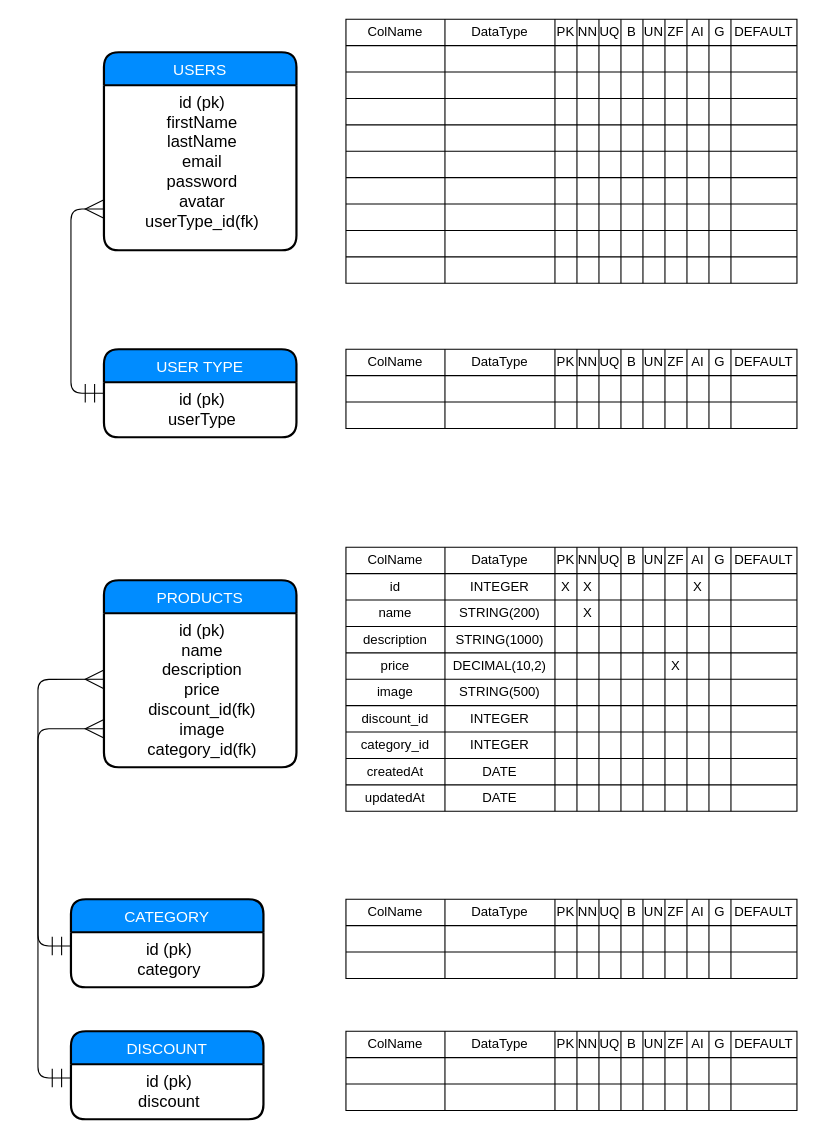
Earlier version of the draw.io diagram SQLDB/e-commerce-grupo4.drawio (EGPalacio/DH-ElMercado). Source tidied: cells renumbered, new cells numbered last; positions are measured from the earlier drawing's top-left corner, leaving out a move shared by most shapes. Both pictures are drawn from the tidied source at 110%, with x=0, y=0 at pixel (70, 19).
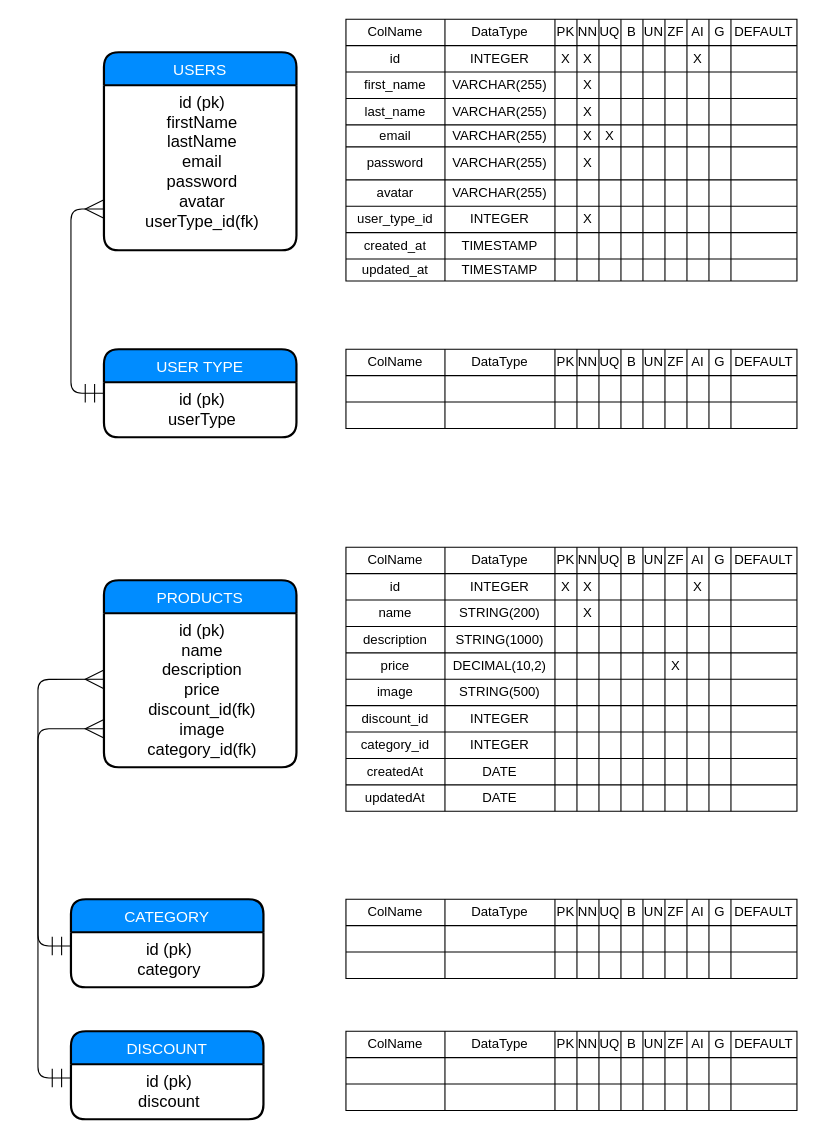
After the change.

The change refers to these unchanged cells:
```xml
<mxCell id="126" style="shape=partialRectangle;html=1;whiteSpace=wrap;fillColor=none;top=0;left=0;bottom=0;right=0;" parent="113" vertex="1">
  <mxGeometry y="24" width="410" height="24" as="geometry" />
</mxCell>
<mxCell id="138" style="shape=partialRectangle;html=1;whiteSpace=wrap;fillColor=none;top=0;left=0;bottom=0;right=0;" parent="113" vertex="1">
  <mxGeometry y="48" width="410" height="24" as="geometry" />
</mxCell>
<mxCell id="150" style="shape=partialRectangle;html=1;whiteSpace=wrap;fillColor=none;top=0;left=0;bottom=0;right=0;" parent="113" vertex="1">
  <mxGeometry y="72" width="410" height="24" as="geometry" />
</mxCell>
```

Diff of the diagram source:
```diff
@@
     <mxCell id="113" style="shape=table;html=1;whiteSpace=wrap;startSize=0;childLayout=tableLayout;" parent="1" vertex="1">
-      <mxGeometry x="250" width="410" height="240" as="geometry" />
+      <mxGeometry x="250" width="410" height="238" as="geometry" />
     </mxCell>
@@
-    <mxCell id="127" style="shape=partialRectangle;html=1;whiteSpace=wrap;overflow=hidden;fillColor=none;top=0;left=0;bottom=0;right=0;" parent="126" vertex="1">
+    <mxCell id="127" value="id" style="shape=partialRectangle;html=1;whiteSpace=wrap;overflow=hidden;fillColor=none;top=0;left=0;bottom=0;right=0;" parent="126" vertex="1">
       <mxGeometry width="90" height="24" as="geometry" />
     </mxCell>
-    <mxCell id="128" style="shape=partialRectangle;html=1;whiteSpace=wrap;overflow=hidden;fillColor=none;top=0;left=0;bottom=0;right=0;" parent="126" vertex="1">
+    <mxCell id="128" value="INTEGER" style="shape=partialRectangle;html=1;whiteSpace=wrap;overflow=hidden;fillColor=none;top=0;left=0;bottom=0;right=0;" parent="126" vertex="1">
       <mxGeometry x="90" width="100" height="24" as="geometry" />
     </mxCell>
-    <mxCell id="129" style="shape=partialRectangle;html=1;whiteSpace=wrap;overflow=hidden;fillColor=none;top=0;left=0;bottom=0;right=0;" parent="126" vertex="1">
+    <mxCell id="129" value="X" style="shape=partialRectangle;html=1;whiteSpace=wrap;overflow=hidden;fillColor=none;top=0;left=0;bottom=0;right=0;" parent="126" vertex="1">
       <mxGeometry x="190" width="20" height="24" as="geometry" />
     </mxCell>
-    <mxCell id="130" style="shape=partialRectangle;html=1;whiteSpace=wrap;overflow=hidden;fillColor=none;top=0;left=0;bottom=0;right=0;" parent="126" vertex="1">
+    <mxCell id="130" value="X" style="shape=partialRectangle;html=1;whiteSpace=wrap;overflow=hidden;fillColor=none;top=0;left=0;bottom=0;right=0;" parent="126" vertex="1">
       <mxGeometry x="210" width="20" height="24" as="geometry" />
     </mxCell>
@@
-    <mxCell id="135" style="shape=partialRectangle;html=1;whiteSpace=wrap;overflow=hidden;fillColor=none;top=0;left=0;bottom=0;right=0;" parent="126" vertex="1">
+    <mxCell id="135" value="X" style="shape=partialRectangle;html=1;whiteSpace=wrap;overflow=hidden;fillColor=none;top=0;left=0;bottom=0;right=0;" parent="126" vertex="1">
       <mxGeometry x="310" width="20" height="24" as="geometry" />
     </mxCell>
@@
-    <mxCell id="139" style="shape=partialRectangle;html=1;whiteSpace=wrap;overflow=hidden;fillColor=none;top=0;left=0;bottom=0;right=0;" parent="138" vertex="1">
+    <mxCell id="139" value="&lt;div&gt;first_name&lt;/div&gt;" style="shape=partialRectangle;html=1;whiteSpace=wrap;overflow=hidden;fillColor=none;top=0;left=0;bottom=0;right=0;" parent="138" vertex="1">
       <mxGeometry width="90" height="24" as="geometry" />
     </mxCell>
-    <mxCell id="140" style="shape=partialRectangle;html=1;whiteSpace=wrap;overflow=hidden;fillColor=none;top=0;left=0;bottom=0;right=0;" parent="138" vertex="1">
+    <mxCell id="140" value="VARCHAR(255)" style="shape=partialRectangle;html=1;whiteSpace=wrap;overflow=hidden;fillColor=none;top=0;left=0;bottom=0;right=0;" parent="138" vertex="1">
       <mxGeometry x="90" width="100" height="24" as="geometry" />
     </mxCell>
@@
-    <mxCell id="142" style="shape=partialRectangle;html=1;whiteSpace=wrap;overflow=hidden;fillColor=none;top=0;left=0;bottom=0;right=0;" parent="138" vertex="1">
+    <mxCell id="142" value="X" style="shape=partialRectangle;html=1;whiteSpace=wrap;overflow=hidden;fillColor=none;top=0;left=0;bottom=0;right=0;" parent="138" vertex="1">
       <mxGeometry x="210" width="20" height="24" as="geometry" />
     </mxCell>
@@
-    <mxCell id="151" style="shape=partialRectangle;html=1;whiteSpace=wrap;overflow=hidden;fillColor=none;top=0;left=0;bottom=0;right=0;" parent="150" vertex="1">
+    <mxCell id="151" value="last_name" style="shape=partialRectangle;html=1;whiteSpace=wrap;overflow=hidden;fillColor=none;top=0;left=0;bottom=0;right=0;" parent="150" vertex="1">
       <mxGeometry width="90" height="24" as="geometry" />
     </mxCell>
-    <mxCell id="152" style="shape=partialRectangle;html=1;whiteSpace=wrap;overflow=hidden;fillColor=none;top=0;left=0;bottom=0;right=0;" parent="150" vertex="1">
+    <mxCell id="152" value="VARCHAR(255)" style="shape=partialRectangle;html=1;whiteSpace=wrap;overflow=hidden;fillColor=none;top=0;left=0;bottom=0;right=0;" parent="150" vertex="1">
       <mxGeometry x="90" width="100" height="24" as="geometry" />
     </mxCell>
@@
-    <mxCell id="154" style="shape=partialRectangle;html=1;whiteSpace=wrap;overflow=hidden;fillColor=none;top=0;left=0;bottom=0;right=0;" parent="150" vertex="1">
+    <mxCell id="154" value="X" style="shape=partialRectangle;html=1;whiteSpace=wrap;overflow=hidden;fillColor=none;top=0;left=0;bottom=0;right=0;" parent="150" vertex="1">
       <mxGeometry x="210" width="20" height="24" as="geometry" />
     </mxCell>
@@
     <mxCell id="162" style="shape=partialRectangle;html=1;whiteSpace=wrap;fillColor=none;top=0;left=0;bottom=0;right=0;" parent="113" vertex="1">
-      <mxGeometry y="96" width="410" height="24" as="geometry" />
+      <mxGeometry y="96" width="410" height="20" as="geometry" />
     </mxCell>
-    <mxCell id="163" style="shape=partialRectangle;html=1;whiteSpace=wrap;overflow=hidden;fillColor=none;top=0;left=0;bottom=0;right=0;" parent="162" vertex="1">
-      <mxGeometry width="90" height="24" as="geometry" />
+    <mxCell id="163" value="email" style="shape=partialRectangle;html=1;whiteSpace=wrap;overflow=hidden;fillColor=none;top=0;left=0;bottom=0;right=0;" parent="162" vertex="1">
+      <mxGeometry width="90" height="20" as="geometry" />
     </mxCell>
-    <mxCell id="164" style="shape=partialRectangle;html=1;whiteSpace=wrap;overflow=hidden;fillColor=none;top=0;left=0;bottom=0;right=0;" parent="162" vertex="1">
-      <mxGeometry x="90" width="100" height="24" as="geometry" />
+    <mxCell id="164" value="VARCHAR(255)" style="shape=partialRectangle;html=1;whiteSpace=wrap;overflow=hidden;fillColor=none;top=0;left=0;bottom=0;right=0;" parent="162" vertex="1">
+      <mxGeometry x="90" width="100" height="20" as="geometry" />
     </mxCell>
     <mxCell id="165" style="shape=partialRectangle;html=1;whiteSpace=wrap;overflow=hidden;fillColor=none;top=0;left=0;bottom=0;right=0;" parent="162" vertex="1">
-      <mxGeometry x="190" width="20" height="24" as="geometry" />
+      <mxGeometry x="190" width="20" height="20" as="geometry" />
     </mxCell>
-    <mxCell id="166" style="shape=partialRectangle;html=1;whiteSpace=wrap;overflow=hidden;fillColor=none;top=0;left=0;bottom=0;right=0;" parent="162" vertex="1">
-      <mxGeometry x="210" width="20" height="24" as="geometry" />
+    <mxCell id="166" value="X" style="shape=partialRectangle;html=1;whiteSpace=wrap;overflow=hidden;fillColor=none;top=0;left=0;bottom=0;right=0;" parent="162" vertex="1">
+      <mxGeometry x="210" width="20" height="20" as="geometry" />
     </mxCell>
-    <mxCell id="167" style="shape=partialRectangle;html=1;whiteSpace=wrap;overflow=hidden;fillColor=none;top=0;left=0;bottom=0;right=0;" parent="162" vertex="1">
-      <mxGeometry x="230" width="20" height="24" as="geometry" />
+    <mxCell id="167" value="X" style="shape=partialRectangle;html=1;whiteSpace=wrap;overflow=hidden;fillColor=none;top=0;left=0;bottom=0;right=0;" parent="162" vertex="1">
+      <mxGeometry x="230" width="20" height="20" as="geometry" />
     </mxCell>
     <mxCell id="168" style="shape=partialRectangle;html=1;whiteSpace=wrap;overflow=hidden;fillColor=none;top=0;left=0;bottom=0;right=0;" parent="162" vertex="1">
-      <mxGeometry x="250" width="20" height="24" as="geometry" />
+      <mxGeometry x="250" width="20" height="20" as="geometry" />
     </mxCell>
     <mxCell id="169" style="shape=partialRectangle;html=1;whiteSpace=wrap;overflow=hidden;fillColor=none;top=0;left=0;bottom=0;right=0;" parent="162" vertex="1">
-      <mxGeometry x="270" width="20" height="24" as="geometry" />
+      <mxGeometry x="270" width="20" height="20" as="geometry" />
     </mxCell>
     <mxCell id="170" style="shape=partialRectangle;html=1;whiteSpace=wrap;overflow=hidden;fillColor=none;top=0;left=0;bottom=0;right=0;" parent="162" vertex="1">
-      <mxGeometry x="290" width="20" height="24" as="geometry" />
+      <mxGeometry x="290" width="20" height="20" as="geometry" />
     </mxCell>
     <mxCell id="171" style="shape=partialRectangle;html=1;whiteSpace=wrap;overflow=hidden;fillColor=none;top=0;left=0;bottom=0;right=0;" parent="162" vertex="1">
-      <mxGeometry x="310" width="20" height="24" as="geometry" />
+      <mxGeometry x="310" width="20" height="20" as="geometry" />
     </mxCell>
     <mxCell id="172" style="shape=partialRectangle;html=1;whiteSpace=wrap;overflow=hidden;fillColor=none;top=0;left=0;bottom=0;right=0;" parent="162" vertex="1">
-      <mxGeometry x="330" width="20" height="24" as="geometry" />
+      <mxGeometry x="330" width="20" height="20" as="geometry" />
     </mxCell>
     <mxCell id="173" style="shape=partialRectangle;html=1;whiteSpace=wrap;overflow=hidden;fillColor=none;top=0;left=0;bottom=0;right=0;" parent="162" vertex="1">
-      <mxGeometry x="350" width="60" height="24" as="geometry" />
+      <mxGeometry x="350" width="60" height="20" as="geometry" />
     </mxCell>
     <mxCell id="174" style="shape=partialRectangle;html=1;whiteSpace=wrap;fillColor=none;top=0;left=0;bottom=0;right=0;" parent="113" vertex="1">
-      <mxGeometry y="120" width="410" height="24" as="geometry" />
+      <mxGeometry y="116" width="410" height="30" as="geometry" />
     </mxCell>
-    <mxCell id="175" style="shape=partialRectangle;html=1;whiteSpace=wrap;overflow=hidden;fillColor=none;top=0;left=0;bottom=0;right=0;" parent="174" vertex="1">
-      <mxGeometry width="90" height="24" as="geometry" />
+    <mxCell id="175" value="password" style="shape=partialRectangle;html=1;whiteSpace=wrap;overflow=hidden;fillColor=none;top=0;left=0;bottom=0;right=0;" parent="174" vertex="1">
+      <mxGeometry width="90" height="30" as="geometry" />
     </mxCell>
-    <mxCell id="176" style="shape=partialRectangle;html=1;whiteSpace=wrap;overflow=hidden;fillColor=none;top=0;left=0;bottom=0;right=0;" parent="174" vertex="1">
-      <mxGeometry x="90" width="100" height="24" as="geometry" />
+    <mxCell id="176" value="VARCHAR(255)" style="shape=partialRectangle;html=1;whiteSpace=wrap;overflow=hidden;fillColor=none;top=0;left=0;bottom=0;right=0;" parent="174" vertex="1">
+      <mxGeometry x="90" width="100" height="30" as="geometry" />
     </mxCell>
     <mxCell id="177" style="shape=partialRectangle;html=1;whiteSpace=wrap;overflow=hidden;fillColor=none;top=0;left=0;bottom=0;right=0;" parent="174" vertex="1">
-      <mxGeometry x="190" width="20" height="24" as="geometry" />
+      <mxGeometry x="190" width="20" height="30" as="geometry" />
     </mxCell>
-    <mxCell id="178" style="shape=partialRectangle;html=1;whiteSpace=wrap;overflow=hidden;fillColor=none;top=0;left=0;bottom=0;right=0;" parent="174" vertex="1">
-      <mxGeometry x="210" width="20" height="24" as="geometry" />
+    <mxCell id="178" value="X" style="shape=partialRectangle;html=1;whiteSpace=wrap;overflow=hidden;fillColor=none;top=0;left=0;bottom=0;right=0;" parent="174" vertex="1">
+      <mxGeometry x="210" width="20" height="30" as="geometry" />
     </mxCell>
     <mxCell id="179" style="shape=partialRectangle;html=1;whiteSpace=wrap;overflow=hidden;fillColor=none;top=0;left=0;bottom=0;right=0;" parent="174" vertex="1">
-      <mxGeometry x="230" width="20" height="24" as="geometry" />
+      <mxGeometry x="230" width="20" height="30" as="geometry" />
     </mxCell>
     <mxCell id="180" style="shape=partialRectangle;html=1;whiteSpace=wrap;overflow=hidden;fillColor=none;top=0;left=0;bottom=0;right=0;" parent="174" vertex="1">
-      <mxGeometry x="250" width="20" height="24" as="geometry" />
+      <mxGeometry x="250" width="20" height="30" as="geometry" />
     </mxCell>
     <mxCell id="181" style="shape=partialRectangle;html=1;whiteSpace=wrap;overflow=hidden;fillColor=none;top=0;left=0;bottom=0;right=0;" parent="174" vertex="1">
-      <mxGeometry x="270" width="20" height="24" as="geometry" />
+      <mxGeometry x="270" width="20" height="30" as="geometry" />
     </mxCell>
     <mxCell id="182" style="shape=partialRectangle;html=1;whiteSpace=wrap;overflow=hidden;fillColor=none;top=0;left=0;bottom=0;right=0;" parent="174" vertex="1">
-      <mxGeometry x="290" width="20" height="24" as="geometry" />
+      <mxGeometry x="290" width="20" height="30" as="geometry" />
     </mxCell>
     <mxCell id="183" style="shape=partialRectangle;html=1;whiteSpace=wrap;overflow=hidden;fillColor=none;top=0;left=0;bottom=0;right=0;" parent="174" vertex="1">
-      <mxGeometry x="310" width="20" height="24" as="geometry" />
+      <mxGeometry x="310" width="20" height="30" as="geometry" />
     </mxCell>
     <mxCell id="184" style="shape=partialRectangle;html=1;whiteSpace=wrap;overflow=hidden;fillColor=none;top=0;left=0;bottom=0;right=0;" parent="174" vertex="1">
-      <mxGeometry x="330" width="20" height="24" as="geometry" />
+      <mxGeometry x="330" width="20" height="30" as="geometry" />
     </mxCell>
     <mxCell id="185" style="shape=partialRectangle;html=1;whiteSpace=wrap;overflow=hidden;fillColor=none;top=0;left=0;bottom=0;right=0;" parent="174" vertex="1">
-      <mxGeometry x="350" width="60" height="24" as="geometry" />
+      <mxGeometry x="350" width="60" height="30" as="geometry" />
     </mxCell>
     <mxCell id="186" style="shape=partialRectangle;html=1;whiteSpace=wrap;fillColor=none;top=0;left=0;bottom=0;right=0;" parent="113" vertex="1">
-      <mxGeometry y="144" width="410" height="24" as="geometry" />
+      <mxGeometry y="146" width="410" height="24" as="geometry" />
     </mxCell>
-    <mxCell id="187" style="shape=partialRectangle;html=1;whiteSpace=wrap;overflow=hidden;fillColor=none;top=0;left=0;bottom=0;right=0;" parent="186" vertex="1">
+    <mxCell id="187" value="avatar" style="shape=partialRectangle;html=1;whiteSpace=wrap;overflow=hidden;fillColor=none;top=0;left=0;bottom=0;right=0;" parent="186" vertex="1">
       <mxGeometry width="90" height="24" as="geometry" />
     </mxCell>
-    <mxCell id="188" style="shape=partialRectangle;html=1;whiteSpace=wrap;overflow=hidden;fillColor=none;top=0;left=0;bottom=0;right=0;" parent="186" vertex="1">
+    <mxCell id="188" value="VARCHAR(255)" style="shape=partialRectangle;html=1;whiteSpace=wrap;overflow=hidden;fillColor=none;top=0;left=0;bottom=0;right=0;" parent="186" vertex="1">
       <mxGeometry x="90" width="100" height="24" as="geometry" />
     </mxCell>
@@
     <mxCell id="198" style="shape=partialRectangle;html=1;whiteSpace=wrap;fillColor=none;top=0;left=0;bottom=0;right=0;" parent="113" vertex="1">
-      <mxGeometry y="168" width="410" height="24" as="geometry" />
+      <mxGeometry y="170" width="410" height="24" as="geometry" />
     </mxCell>
-    <mxCell id="199" style="shape=partialRectangle;html=1;whiteSpace=wrap;overflow=hidden;fillColor=none;top=0;left=0;bottom=0;right=0;" parent="198" vertex="1">
+    <mxCell id="199" value="user_type_id" style="shape=partialRectangle;html=1;whiteSpace=wrap;overflow=hidden;fillColor=none;top=0;left=0;bottom=0;right=0;" parent="198" vertex="1">
       <mxGeometry width="90" height="24" as="geometry" />
     </mxCell>
-    <mxCell id="200" style="shape=partialRectangle;html=1;whiteSpace=wrap;overflow=hidden;fillColor=none;top=0;left=0;bottom=0;right=0;" parent="198" vertex="1">
+    <mxCell id="200" value="INTEGER" style="shape=partialRectangle;html=1;whiteSpace=wrap;overflow=hidden;fillColor=none;top=0;left=0;bottom=0;right=0;" parent="198" vertex="1">
       <mxGeometry x="90" width="100" height="24" as="geometry" />
     </mxCell>
@@
-    <mxCell id="202" style="shape=partialRectangle;html=1;whiteSpace=wrap;overflow=hidden;fillColor=none;top=0;left=0;bottom=0;right=0;" parent="198" vertex="1">
+    <mxCell id="202" value="X" style="shape=partialRectangle;html=1;whiteSpace=wrap;overflow=hidden;fillColor=none;top=0;left=0;bottom=0;right=0;" parent="198" vertex="1">
       <mxGeometry x="210" width="20" height="24" as="geometry" />
     </mxCell>
@@
     <mxCell id="210" style="shape=partialRectangle;html=1;whiteSpace=wrap;fillColor=none;top=0;left=0;bottom=0;right=0;" parent="113" vertex="1">
-      <mxGeometry y="192" width="410" height="24" as="geometry" />
+      <mxGeometry y="194" width="410" height="24" as="geometry" />
     </mxCell>
-    <mxCell id="211" style="shape=partialRectangle;html=1;whiteSpace=wrap;overflow=hidden;fillColor=none;top=0;left=0;bottom=0;right=0;" parent="210" vertex="1">
+    <mxCell id="211" value="created_at" style="shape=partialRectangle;html=1;whiteSpace=wrap;overflow=hidden;fillColor=none;top=0;left=0;bottom=0;right=0;" parent="210" vertex="1">
       <mxGeometry width="90" height="24" as="geometry" />
     </mxCell>
-    <mxCell id="212" style="shape=partialRectangle;html=1;whiteSpace=wrap;overflow=hidden;fillColor=none;top=0;left=0;bottom=0;right=0;" parent="210" vertex="1">
+    <mxCell id="212" value="TIMESTAMP" style="shape=partialRectangle;html=1;whiteSpace=wrap;overflow=hidden;fillColor=none;top=0;left=0;bottom=0;right=0;" parent="210" vertex="1">
       <mxGeometry x="90" width="100" height="24" as="geometry" />
     </mxCell>
@@
     <mxCell id="222" style="shape=partialRectangle;html=1;whiteSpace=wrap;fillColor=none;top=0;left=0;bottom=0;right=0;" parent="113" vertex="1">
-      <mxGeometry y="216" width="410" height="24" as="geometry" />
+      <mxGeometry y="218" width="410" height="20" as="geometry" />
     </mxCell>
-    <mxCell id="223" style="shape=partialRectangle;html=1;whiteSpace=wrap;overflow=hidden;fillColor=none;top=0;left=0;bottom=0;right=0;" parent="222" vertex="1">
-      <mxGeometry width="90" height="24" as="geometry" />
+    <mxCell id="223" value="updated_at" style="shape=partialRectangle;html=1;whiteSpace=wrap;overflow=hidden;fillColor=none;top=0;left=0;bottom=0;right=0;" parent="222" vertex="1">
+      <mxGeometry width="90" height="20" as="geometry" />
     </mxCell>
-    <mxCell id="224" style="shape=partialRectangle;html=1;whiteSpace=wrap;overflow=hidden;fillColor=none;top=0;left=0;bottom=0;right=0;" parent="222" vertex="1">
-      <mxGeometry x="90" width="100" height="24" as="geometry" />
+    <mxCell id="224" value="TIMESTAMP" style="shape=partialRectangle;html=1;whiteSpace=wrap;overflow=hidden;fillColor=none;top=0;left=0;bottom=0;right=0;" parent="222" vertex="1">
+      <mxGeometry x="90" width="100" height="20" as="geometry" />
     </mxCell>
     <mxCell id="225" style="shape=partialRectangle;html=1;whiteSpace=wrap;overflow=hidden;fillColor=none;top=0;left=0;bottom=0;right=0;" parent="222" vertex="1">
-      <mxGeometry x="190" width="20" height="24" as="geometry" />
+      <mxGeometry x="190" width="20" height="20" as="geometry" />
     </mxCell>
     <mxCell id="226" style="shape=partialRectangle;html=1;whiteSpace=wrap;overflow=hidden;fillColor=none;top=0;left=0;bottom=0;right=0;" parent="222" vertex="1">
-      <mxGeometry x="210" width="20" height="24" as="geometry" />
+      <mxGeometry x="210" width="20" height="20" as="geometry" />
     </mxCell>
     <mxCell id="227" style="shape=partialRectangle;html=1;whiteSpace=wrap;overflow=hidden;fillColor=none;top=0;left=0;bottom=0;right=0;" parent="222" vertex="1">
-      <mxGeometry x="230" width="20" height="24" as="geometry" />
+      <mxGeometry x="230" width="20" height="20" as="geometry" />
     </mxCell>
     <mxCell id="228" style="shape=partialRectangle;html=1;whiteSpace=wrap;overflow=hidden;fillColor=none;top=0;left=0;bottom=0;right=0;" parent="222" vertex="1">
-      <mxGeometry x="250" width="20" height="24" as="geometry" />
+      <mxGeometry x="250" width="20" height="20" as="geometry" />
     </mxCell>
     <mxCell id="229" style="shape=partialRectangle;html=1;whiteSpace=wrap;overflow=hidden;fillColor=none;top=0;left=0;bottom=0;right=0;" parent="222" vertex="1">
-      <mxGeometry x="270" width="20" height="24" as="geometry" />
+      <mxGeometry x="270" width="20" height="20" as="geometry" />
     </mxCell>
     <mxCell id="230" style="shape=partialRectangle;html=1;whiteSpace=wrap;overflow=hidden;fillColor=none;top=0;left=0;bottom=0;right=0;" parent="222" vertex="1">
-      <mxGeometry x="290" width="20" height="24" as="geometry" />
+      <mxGeometry x="290" width="20" height="20" as="geometry" />
     </mxCell>
     <mxCell id="231" style="shape=partialRectangle;html=1;whiteSpace=wrap;overflow=hidden;fillColor=none;top=0;left=0;bottom=0;right=0;" parent="222" vertex="1">
-      <mxGeometry x="310" width="20" height="24" as="geometry" />
+      <mxGeometry x="310" width="20" height="20" as="geometry" />
     </mxCell>
     <mxCell id="232" style="shape=partialRectangle;html=1;whiteSpace=wrap;overflow=hidden;fillColor=none;top=0;left=0;bottom=0;right=0;" parent="222" vertex="1">
-      <mxGeometry x="330" width="20" height="24" as="geometry" />
+      <mxGeometry x="330" width="20" height="20" as="geometry" />
     </mxCell>
     <mxCell id="233" style="shape=partialRectangle;html=1;whiteSpace=wrap;overflow=hidden;fillColor=none;top=0;left=0;bottom=0;right=0;" parent="222" vertex="1">
-      <mxGeometry x="350" width="60" height="24" as="geometry" />
+      <mxGeometry x="350" width="60" height="20" as="geometry" />
     </mxCell>
```
